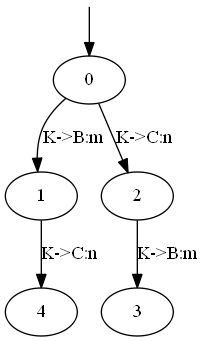
This is examples/domitilla input/[Converted]Simple_choiceStruct.gv.png from vairodp/Corinne-2, a Graphviz export, as it was before one commit. Its source is kept beside it as examples/domitilla input/[Converted]Simple_choiceStruct.gv.
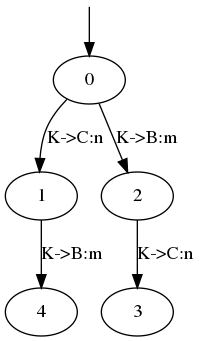
Later version of the same file.

The edit, as a diff of the source:
```diff
@@ -1,8 +1,8 @@
 digraph Simple_choiceStruct {
 	s0 [label="" height=0 shape=none width=0]
-	s0 -> 0
-	1 -> 4 [label="K->C:n"]
-	0 -> 2 [label="K->C:n"]
-	2 -> 3 [label="K->B:m"]
-	0 -> 1 [label="K->B:m"]
+		s0 -> 0
+		1 -> 4 [label="K->B:m"]
+		0 -> 2 [label="K->B:m"]
+		2 -> 3 [label="K->C:n"]
+		0 -> 1 [label="K->C:n"]
 }
```
